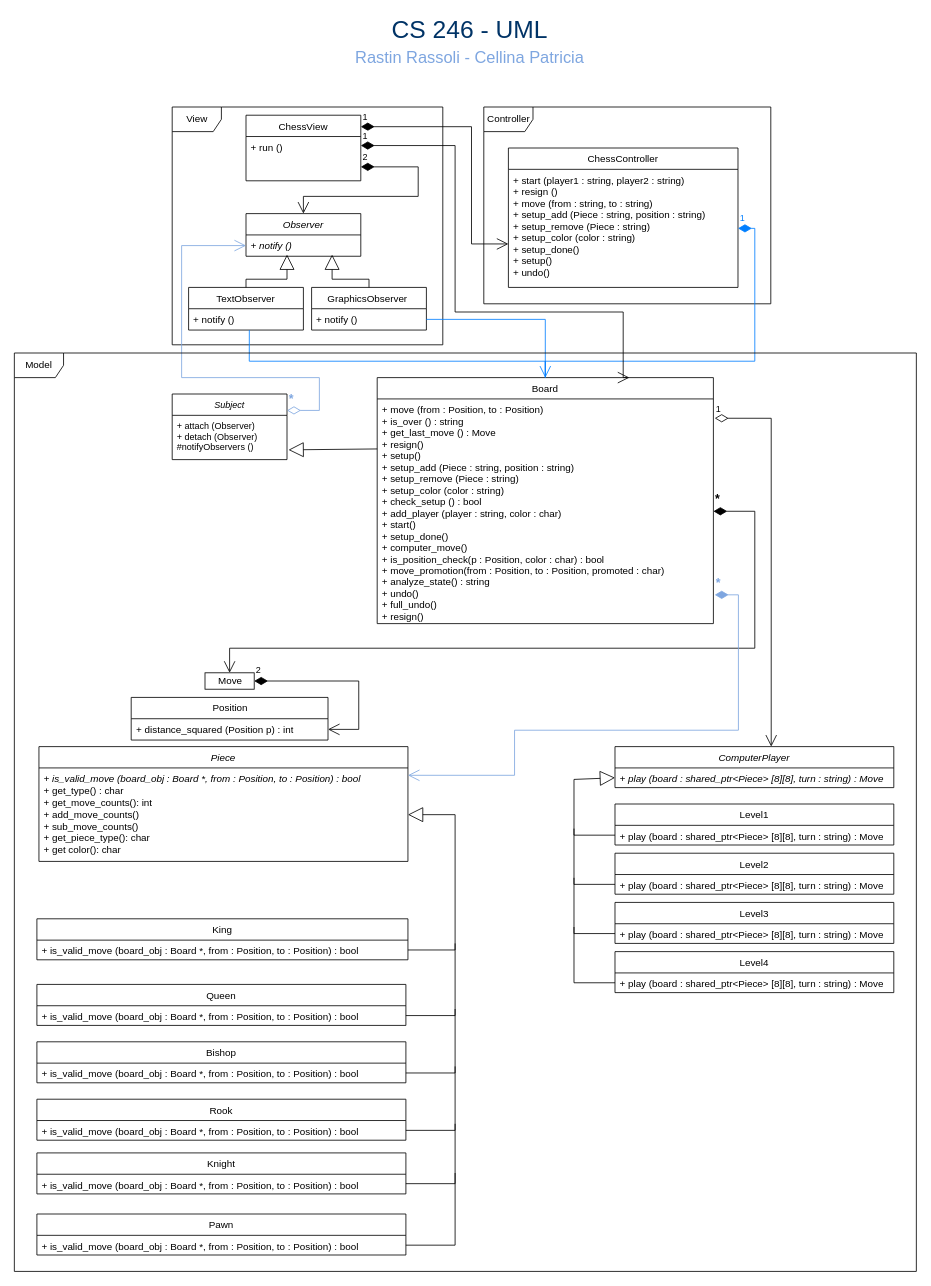
rastin1379/CS_246_Project keeps this draw.io diagram as ChessUML.drawio. Above is the earlier version. Source tidied: cells renumbered, new cells numbered last; positions are measured from the earlier drawing's top-left corner, leaving out a move shared by most shapes. Both pictures are drawn from the tidied source at 82%, with x=0, y=0 at pixel (14, 16).
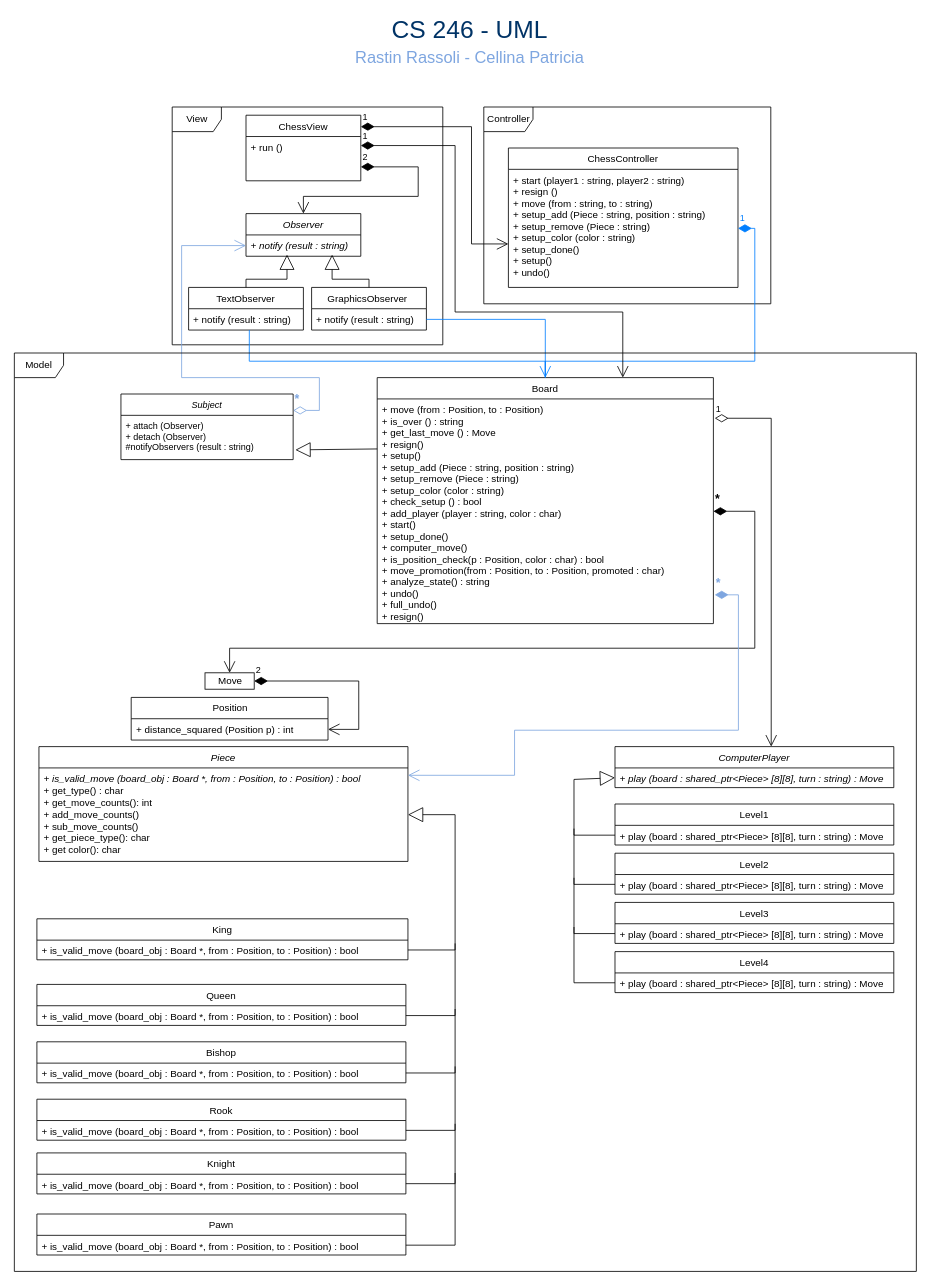
The same page after the edit.

The change refers to these unchanged cells:
```xml
<mxCell id="6" value="Observer" style="swimlane;fontStyle=2;horizontal=1;startSize=26;fillColor=none;" parent="1" vertex="1">
  <mxGeometry x="282.5" y="240" width="140" height="52" as="geometry" />
</mxCell>
<mxCell id="8" value="GraphicsObserver " style="swimlane;fontStyle=0;horizontal=1;startSize=26;fillColor=none;" parent="1" vertex="1">
  <mxGeometry x="362.5" y="330" width="140" height="52" as="geometry" />
</mxCell>
<mxCell id="11" value="TextObserver" style="swimlane;fontStyle=0;horizontal=1;startSize=26;fillColor=none;" parent="1" vertex="1">
  <mxGeometry x="212.5" y="330" width="140" height="52" as="geometry" />
</mxCell>
<mxCell id="16" value="Board" style="swimlane;fontStyle=0;horizontal=1;startSize=26;fillColor=none;" parent="1" vertex="1">
  <mxGeometry x="442.5" y="440" width="410" height="300" as="geometry" />
</mxCell>
```

Change to the diagram source:
```diff
@@
-    <mxCell id="7" value="+ notify ()" style="text;strokeColor=none;fillColor=none;align=left;verticalAlign=top;spacingLeft=4;spacingRight=4;overflow=hidden;points=[[0,0.5],[1,0.5]];portConstraint=eastwest;fontStyle=2;" parent="6" vertex="1">
+    <mxCell id="7" value="+ notify (result : string)" style="text;strokeColor=none;fillColor=none;align=left;verticalAlign=top;spacingLeft=4;spacingRight=4;overflow=hidden;points=[[0,0.5],[1,0.5]];portConstraint=eastwest;fontStyle=2;" parent="6" vertex="1">
       <mxGeometry y="26" width="140" height="26" as="geometry" />
     </mxCell>
@@
-    <mxCell id="10" value="+ notify ()" style="text;strokeColor=none;fillColor=none;align=left;verticalAlign=top;spacingLeft=4;spacingRight=4;overflow=hidden;points=[[0,0.5],[1,0.5]];portConstraint=eastwest;fontStyle=0;" parent="8" vertex="1">
+    <mxCell id="10" value="+ notify (result : string)" style="text;strokeColor=none;fillColor=none;align=left;verticalAlign=top;spacingLeft=4;spacingRight=4;overflow=hidden;points=[[0,0.5],[1,0.5]];portConstraint=eastwest;fontStyle=0;" parent="8" vertex="1">
       <mxGeometry y="26" width="140" height="26" as="geometry" />
     </mxCell>
@@
-    <mxCell id="12" value="+ notify ()" style="text;strokeColor=none;fillColor=none;align=left;verticalAlign=top;spacingLeft=4;spacingRight=4;overflow=hidden;points=[[0,0.5],[1,0.5]];portConstraint=eastwest;fontStyle=0;" parent="11" vertex="1">
+    <mxCell id="12" value="+ notify (result : string)" style="text;strokeColor=none;fillColor=none;align=left;verticalAlign=top;spacingLeft=4;spacingRight=4;overflow=hidden;points=[[0,0.5],[1,0.5]];portConstraint=eastwest;fontStyle=0;" parent="11" vertex="1">
       <mxGeometry y="26" width="140" height="26" as="geometry" />
     </mxCell>
@@
     <mxCell id="50" value="Subject" style="swimlane;fontStyle=2;horizontal=1;startSize=26;fillColor=none;fontSize=11;" parent="1" vertex="1">
-      <mxGeometry x="192.5" y="460" width="140" height="80" as="geometry" />
+      <mxGeometry x="130" y="460" width="210" height="80" as="geometry" />
     </mxCell>
-    <mxCell id="51" value="+ attach (Observer)&#10;+ detach (Observer)&#10;#notifyObservers ()&#10;" style="text;strokeColor=none;fillColor=none;align=left;verticalAlign=top;spacingLeft=4;spacingRight=4;overflow=hidden;points=[[0,0.5],[1,0.5]];portConstraint=eastwest;fontSize=11;" parent="50" vertex="1">
-      <mxGeometry y="26" width="140" height="54" as="geometry" />
+    <mxCell id="51" value="+ attach (Observer)&#10;+ detach (Observer)&#10;#notifyObservers (result : string)&#10;" style="text;strokeColor=none;fillColor=none;align=left;verticalAlign=top;spacingLeft=4;spacingRight=4;overflow=hidden;points=[[0,0.5],[1,0.5]];portConstraint=eastwest;fontSize=11;" parent="50" vertex="1">
+      <mxGeometry y="26" width="210" height="54" as="geometry" />
     </mxCell>
@@
-    <mxCell id="58" value="1" style="endArrow=open;html=1;endSize=12;startArrow=diamondThin;startSize=14;startFill=1;edgeStyle=orthogonalEdgeStyle;align=left;verticalAlign=bottom;rounded=0;entryX=0.75;entryY=0;entryDx=0;entryDy=0;exitX=1;exitY=0.25;exitDx=0;exitDy=0;" parent="1" edge="1" target="16">
+    <mxCell id="58" value="1" style="endArrow=open;html=1;endSize=12;startArrow=diamondThin;startSize=14;startFill=1;edgeStyle=orthogonalEdgeStyle;align=left;verticalAlign=bottom;rounded=0;exitX=1;exitY=0.25;exitDx=0;exitDy=0;" parent="1" edge="1">
       <mxGeometry x="-1" y="3" relative="1" as="geometry">
         <mxPoint x="422.5" y="157" as="sourcePoint" />
+        <mxPoint x="742" y="440" as="targetPoint" />
         <Array as="points">
           <mxPoint x="537.5" y="157" />
           <mxPoint x="537.5" y="360" />
           <mxPoint x="742.5" y="360" />
           <mxPoint x="742.5" y="440" />
         </Array>
       </mxGeometry>
     </mxCell>
```
